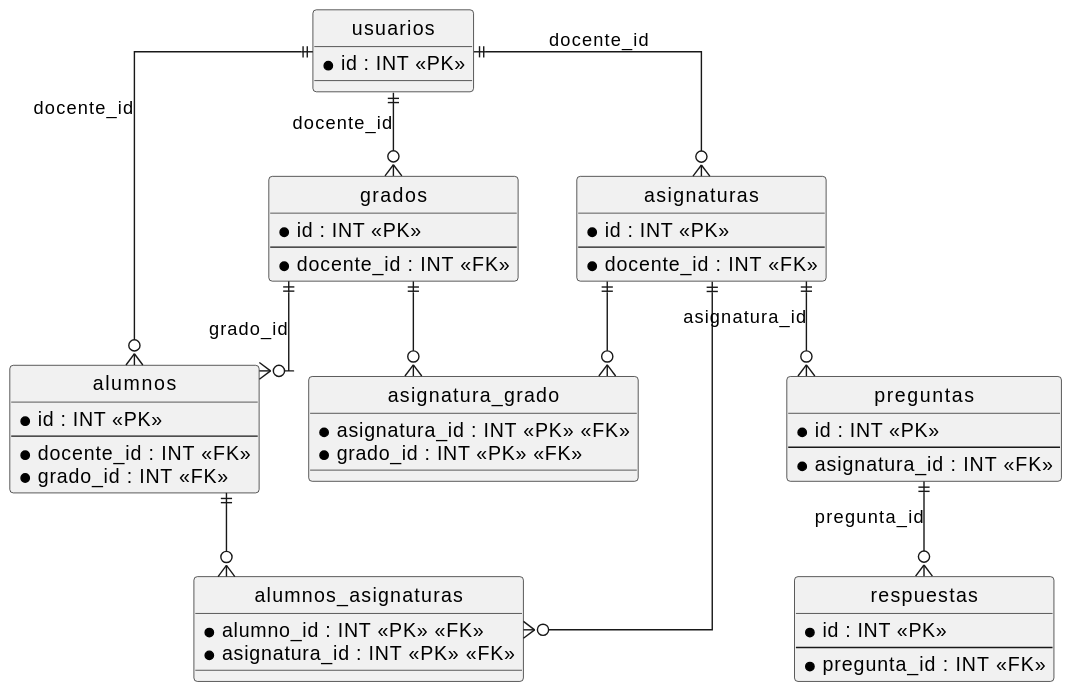
Before: images/diseño/diagramaEntidadRelacion/diagramaEntidadRelacion.svg, a diagram exported from PlantUML (martinlopez7/25-26-idsw2-sdVC).
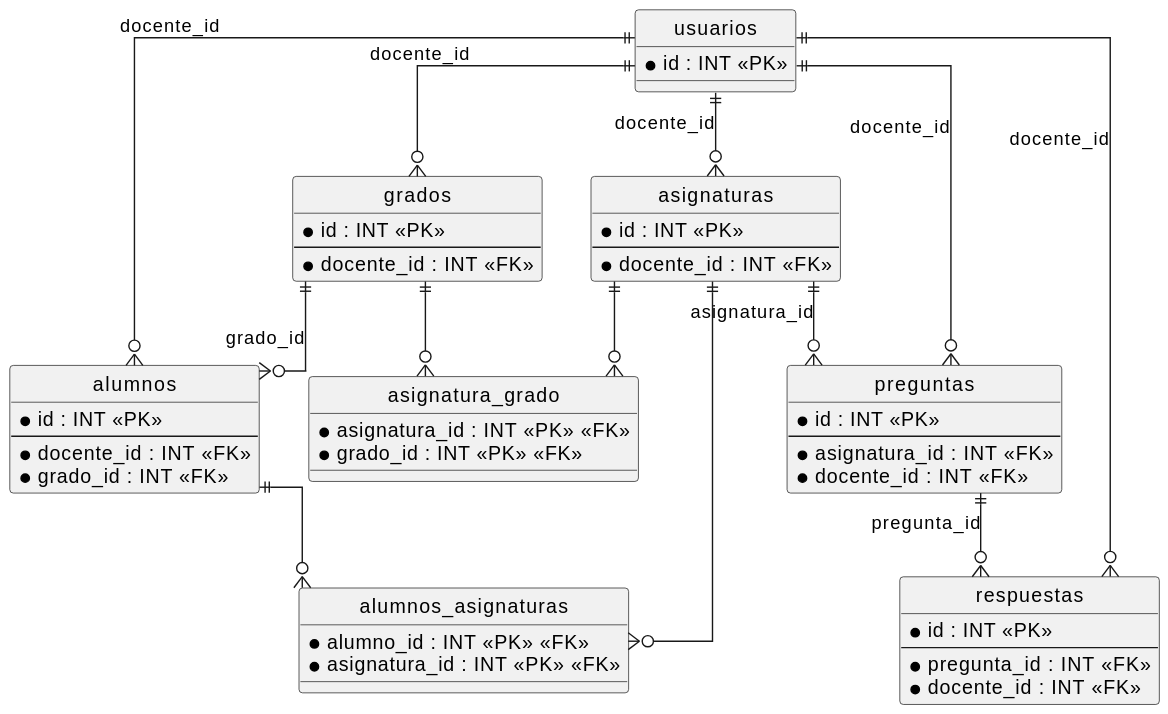
After the commit.

Commit message:
fix: correccion diagrama entidad relacion

The edit, as a diff of the source:
```diff
@@ -39,12 +39,14 @@
   * id : INT <<PK>>
   --
   * asignatura_id : INT <<FK>>
+  * docente_id : INT <<FK>>
 }
 
 entity "respuestas" as respuestas {
   * id : INT <<PK>>
   --
   * pregunta_id : INT <<FK>>
+  * docente_id : INT <<FK>>
 }
 
 usuarios ||--o{ grados : "docente_id"
@@ -61,4 +63,7 @@
 
 asignaturas ||--o{ preguntas : "asignatura_id"
 preguntas ||--o{ respuestas : "pregunta_id"
+
+usuarios ||--o{ preguntas : "docente_id"
+usuarios ||--o{ respuestas : "docente_id"
 @enduml
```
